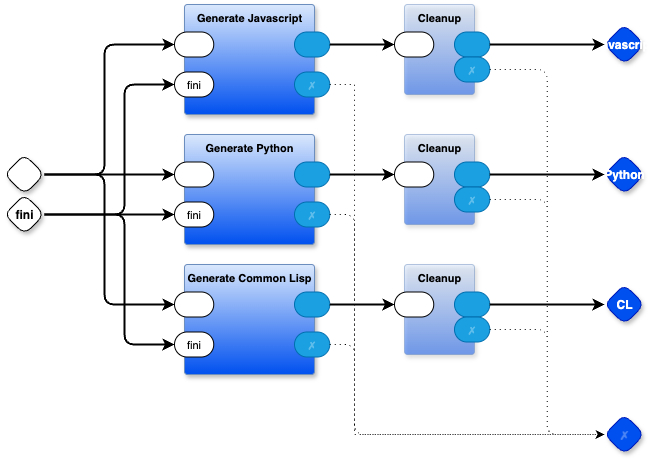
Earlier version of the draw.io export kernel/kernel-Back-End.drawio.png (guitarvydas/pbp). Source tidied: cells renumbered, new cells last; positions are measured from the earlier drawing's top-left corner, leaving out a move shared by most shapes.
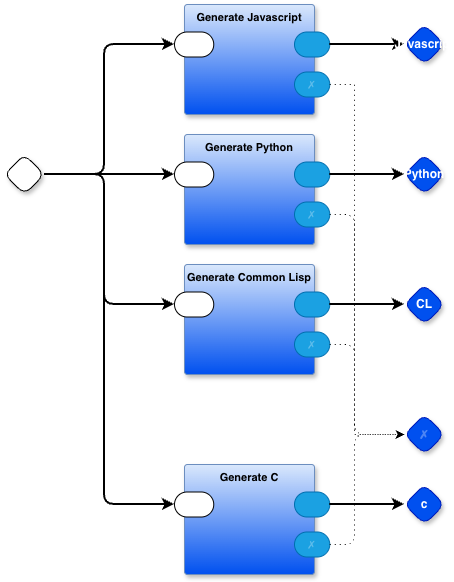
After the commit.

What changed in the source:
```diff
@@ -2,12 +2,6 @@
   <root>
     <mxCell id="0" />
     <mxCell id="1" parent="0" />
-    <mxCell id="2" style="rhombus;whiteSpace=wrap;html=1;rounded=1;fontStyle=1;glass=0;sketch=0;fontSize=12;points=[[0,0.5,0,0,0],[0.5,0,0,0,0],[0.5,1,0,0,0],[1,0.5,0,0,0]];shadow=1;fontFamily=Helvetica;fontColor=default;" parent="1" vertex="1">
-      <mxGeometry y="150" width="40" height="40" as="geometry" />
-    </mxCell>
-    <mxCell id="3" value="fini" style="rhombus;whiteSpace=wrap;html=1;rounded=1;fontStyle=1;glass=0;sketch=0;fontSize=12;points=[[0,0.5,0,0,0],[0.5,0,0,0,0],[0.5,1,0,0,0],[1,0.5,0,0,0]];shadow=1;fontFamily=Helvetica;fontColor=default;" parent="1" vertex="1">
-      <mxGeometry y="190" width="40" height="40" as="geometry" />
-    </mxCell>
     <mxCell id="4" value="Generate Javascript" style="rounded=1;sketch=0;verticalAlign=top;arcSize=6;fontStyle=1;absoluteArcSize=1;shadow=1;strokeColor=#6c8ebf;fillColor=#DAE8FC;fontFamily=Helvetica;fontSize=11;labelBackgroundColor=none;gradientColor=#0050EF;" parent="1" vertex="1">
       <mxGeometry x="180" width="130" height="110" as="geometry" />
     </mxCell>
@@ -20,22 +14,14 @@
     <mxCell id="7" value="✗" style="rounded=1;whiteSpace=wrap;sketch=0;points=[[0,0.5,0,0,0],[1,0.5,0,0,0]];fillColor=#1ba1e2;fontColor=#ffffff;strokeColor=#006EAF;arcSize=50;fontFamily=Helvetica;fontSize=11;textOpacity=30;labelBackgroundColor=none;" parent="4" vertex="1">
       <mxGeometry x="110" y="67.5" width="35.2" height="25" as="geometry" />
     </mxCell>
-    <mxCell id="8" value="fini" style="rounded=1;whiteSpace=wrap;sketch=0;points=[[0,0.5,0,0,0],[1,0.5,0,0,0]];arcSize=50;fontFamily=Helvetica;fontSize=11;fontColor=default;labelBackgroundColor=none;" parent="4" vertex="1">
-      <mxGeometry x="-10" y="67.5" width="39.2" height="25" as="geometry" />
-    </mxCell>
-    <mxCell id="9" style="edgeStyle=orthogonalEdgeStyle;shape=connector;curved=0;rounded=1;jettySize=auto;html=1;exitX=1;exitY=0.5;exitDx=0;exitDy=0;exitPerimeter=0;entryX=0;entryY=0.5;entryDx=0;entryDy=0;entryPerimeter=0;strokeColor=default;strokeWidth=2;align=center;verticalAlign=middle;fontFamily=Helvetica;fontSize=11;fontColor=default;labelBackgroundColor=default;endArrow=classic;" parent="1" edge="1" source="6" target="41">
-      <mxGeometry relative="1" as="geometry">
-        <Array as="points">
-          <mxPoint x="350" y="40" />
-          <mxPoint x="350" y="40" />
-        </Array>
-      </mxGeometry>
+    <mxCell id="9" style="edgeStyle=orthogonalEdgeStyle;shape=connector;curved=0;rounded=1;jettySize=auto;html=1;exitX=1;exitY=0.5;exitDx=0;exitDy=0;exitPerimeter=0;entryX=0;entryY=0.5;entryDx=0;entryDy=0;entryPerimeter=0;strokeColor=default;strokeWidth=2;align=center;verticalAlign=middle;fontFamily=Helvetica;fontSize=11;fontColor=default;labelBackgroundColor=default;endArrow=classic;" parent="1" edge="1" source="6" target="10">
+      <mxGeometry relative="1" as="geometry" />
     </mxCell>
     <mxCell id="10" value="Javascript" style="rhombus;whiteSpace=wrap;html=1;rounded=1;fontStyle=1;glass=0;sketch=0;fontSize=12;points=[[0,0.5,0,0,0],[0.5,0,0,0,0],[0.5,1,0,0,0],[1,0.5,0,0,0]];shadow=1;fillColor=#0050ef;fontColor=#ffffff;strokeColor=#001DBC;fontFamily=Helvetica;" parent="1" vertex="1">
-      <mxGeometry x="600" y="20" width="40" height="40" as="geometry" />
+      <mxGeometry x="400" y="20" width="40" height="40" as="geometry" />
     </mxCell>
     <mxCell id="11" value="✗" style="rhombus;whiteSpace=wrap;html=1;rounded=1;fillColor=#0050ef;fontColor=#ffffff;strokeColor=#001DBC;fontStyle=1;glass=0;sketch=0;fontSize=12;points=[[0,0.5,0,0,0],[0.5,0,0,0,0],[0.5,1,0,0,0],[1,0.5,0,0,0]];shadow=1;textOpacity=30;" parent="1" vertex="1">
-      <mxGeometry x="600" y="410" width="40" height="40" as="geometry" />
+      <mxGeometry x="400" y="410" width="40" height="40" as="geometry" />
     </mxCell>
     <mxCell id="12" style="edgeStyle=orthogonalEdgeStyle;rounded=0;jettySize=auto;html=1;exitX=1;exitY=0.5;exitDx=0;exitDy=0;exitPerimeter=0;entryX=0;entryY=0.5;entryDx=0;entryDy=0;entryPerimeter=0;dashed=1;dashPattern=1 4;" parent="1" edge="1" source="7" target="11">
       <mxGeometry relative="1" as="geometry">
@@ -57,16 +43,8 @@
     <mxCell id="16" value="✗" style="rounded=1;whiteSpace=wrap;sketch=0;points=[[0,0.5,0,0,0],[1,0.5,0,0,0]];fillColor=#1ba1e2;fontColor=#ffffff;strokeColor=#006EAF;arcSize=50;fontFamily=Helvetica;fontSize=11;textOpacity=30;labelBackgroundColor=none;" parent="13" vertex="1">
       <mxGeometry x="110" y="67.5" width="35.2" height="25" as="geometry" />
     </mxCell>
-    <mxCell id="17" value="fini" style="rounded=1;whiteSpace=wrap;sketch=0;points=[[0,0.5,0,0,0],[1,0.5,0,0,0]];arcSize=50;fontFamily=Helvetica;fontSize=11;fontColor=default;labelBackgroundColor=none;" parent="13" vertex="1">
-      <mxGeometry x="-10" y="67.5" width="39.2" height="25" as="geometry" />
-    </mxCell>
-    <mxCell id="18" style="edgeStyle=orthogonalEdgeStyle;rounded=1;jettySize=auto;html=1;exitX=1;exitY=0.5;exitDx=0;exitDy=0;exitPerimeter=0;entryX=0;entryY=0.5;entryDx=0;entryDy=0;entryPerimeter=0;strokeWidth=2;curved=0;" parent="1" edge="1" source="15" target="31">
-      <mxGeometry relative="1" as="geometry">
-        <Array as="points">
-          <mxPoint x="350" y="170" />
-          <mxPoint x="350" y="170" />
-        </Array>
-      </mxGeometry>
+    <mxCell id="18" style="edgeStyle=orthogonalEdgeStyle;rounded=1;jettySize=auto;html=1;exitX=1;exitY=0.5;exitDx=0;exitDy=0;exitPerimeter=0;entryX=0;entryY=0.5;entryDx=0;entryDy=0;entryPerimeter=0;strokeWidth=2;curved=0;" parent="1" edge="1" source="15" target="21">
+      <mxGeometry relative="1" as="geometry" />
     </mxCell>
     <mxCell id="19" style="edgeStyle=orthogonalEdgeStyle;rounded=1;jettySize=auto;html=1;exitX=1;exitY=0.5;exitDx=0;exitDy=0;exitPerimeter=0;entryX=0;entryY=0.5;entryDx=0;entryDy=0;entryPerimeter=0;curved=0;dashed=1;dashPattern=1 4;" parent="1" edge="1" source="16" target="11">
       <mxGeometry relative="1" as="geometry">
@@ -85,7 +63,7 @@
       </mxGeometry>
     </mxCell>
     <mxCell id="21" value="Python" style="rhombus;whiteSpace=wrap;html=1;rounded=1;fontStyle=1;glass=0;sketch=0;fontSize=12;points=[[0,0.5,0,0,0],[0.5,0,0,0,0],[0.5,1,0,0,0],[1,0.5,0,0,0]];shadow=1;fillColor=#0050ef;fontColor=#ffffff;strokeColor=#001DBC;fontFamily=Helvetica;" parent="1" vertex="1">
-      <mxGeometry x="600" y="150" width="40" height="40" as="geometry" />
+      <mxGeometry x="400" y="150" width="40" height="40" as="geometry" />
     </mxCell>
     <mxCell id="22" value="Generate Common Lisp" style="rounded=1;sketch=0;verticalAlign=top;arcSize=6;fontStyle=1;absoluteArcSize=1;shadow=1;strokeColor=#6c8ebf;fillColor=#DAE8FC;fontFamily=Helvetica;fontSize=11;labelBackgroundColor=none;gradientColor=#0050EF;" parent="1" vertex="1">
       <mxGeometry x="180" y="260" width="130" height="110" as="geometry" />
@@ -99,19 +77,11 @@
     <mxCell id="25" value="✗" style="rounded=1;whiteSpace=wrap;sketch=0;points=[[0,0.5,0,0,0],[1,0.5,0,0,0]];fillColor=#1ba1e2;fontColor=#ffffff;strokeColor=#006EAF;arcSize=50;fontFamily=Helvetica;fontSize=11;textOpacity=30;labelBackgroundColor=none;" parent="22" vertex="1">
       <mxGeometry x="110" y="67.5" width="35.2" height="25" as="geometry" />
     </mxCell>
-    <mxCell id="26" value="fini" style="rounded=1;whiteSpace=wrap;sketch=0;points=[[0,0.5,0,0,0],[1,0.5,0,0,0]];arcSize=50;fontFamily=Helvetica;fontSize=11;fontColor=default;labelBackgroundColor=none;" parent="22" vertex="1">
-      <mxGeometry x="-10" y="67.5" width="39.2" height="25" as="geometry" />
-    </mxCell>
-    <mxCell id="27" style="edgeStyle=orthogonalEdgeStyle;rounded=1;jettySize=auto;html=1;exitX=1;exitY=0.5;exitDx=0;exitDy=0;exitPerimeter=0;entryX=0;entryY=0.5;entryDx=0;entryDy=0;entryPerimeter=0;strokeWidth=2;curved=0;" parent="1" edge="1" source="24" target="37">
-      <mxGeometry relative="1" as="geometry">
-        <Array as="points">
-          <mxPoint x="360" y="300" />
-          <mxPoint x="360" y="300" />
-        </Array>
-      </mxGeometry>
+    <mxCell id="27" style="edgeStyle=orthogonalEdgeStyle;rounded=1;jettySize=auto;html=1;exitX=1;exitY=0.5;exitDx=0;exitDy=0;exitPerimeter=0;entryX=0;entryY=0.5;entryDx=0;entryDy=0;entryPerimeter=0;strokeWidth=2;curved=0;" parent="1" edge="1" source="24" target="28">
+      <mxGeometry relative="1" as="geometry" />
     </mxCell>
     <mxCell id="28" value="CL" style="rhombus;whiteSpace=wrap;html=1;rounded=1;fontStyle=1;glass=0;sketch=0;fontSize=12;points=[[0,0.5,0,0,0],[0.5,0,0,0,0],[0.5,1,0,0,0],[1,0.5,0,0,0]];shadow=1;fillColor=#0050ef;fontColor=#ffffff;strokeColor=#001DBC;fontFamily=Helvetica;" parent="1" vertex="1">
-      <mxGeometry x="600" y="280" width="40" height="40" as="geometry" />
+      <mxGeometry x="400" y="280" width="40" height="40" as="geometry" />
     </mxCell>
     <mxCell id="29" style="edgeStyle=orthogonalEdgeStyle;shape=connector;curved=0;rounded=1;jettySize=auto;html=1;exitX=1;exitY=0.5;exitDx=0;exitDy=0;exitPerimeter=0;entryX=0;entryY=0.5;entryDx=0;entryDy=0;entryPerimeter=0;strokeColor=default;strokeWidth=1;align=center;verticalAlign=middle;fontFamily=Helvetica;fontSize=11;fontColor=default;labelBackgroundColor=default;endArrow=classic;dashed=1;dashPattern=1 4;" parent="1" edge="1" source="25" target="11">
       <mxGeometry relative="1" as="geometry">
@@ -121,69 +91,7 @@
         </Array>
       </mxGeometry>
     </mxCell>
-    <mxCell id="30" value="Cleanup" style="rounded=1;sketch=0;verticalAlign=top;arcSize=6;fontStyle=1;absoluteArcSize=1;shadow=1;strokeColor=#6c8ebf;fillColor=#DAE8FC;fontFamily=Helvetica;fontSize=11;labelBackgroundColor=none;gradientColor=#0050EF;opacity=50;" parent="1" vertex="1">
-      <mxGeometry x="400" y="130" width="70" height="90" as="geometry" />
-    </mxCell>
-    <mxCell id="31" style="rounded=1;whiteSpace=wrap;sketch=0;points=[[0,0.5,0,0,0],[1,0.5,0,0,0]];arcSize=50;fontFamily=Helvetica;fontSize=11;fontColor=default;labelBackgroundColor=none;" parent="30" vertex="1">
-      <mxGeometry x="-10" y="27.5" width="39.2" height="25" as="geometry" />
-    </mxCell>
-    <mxCell id="32" style="rounded=1;whiteSpace=wrap;sketch=0;points=[[0,0.5,0,0,0],[1,0.5,0,0,0]];fillColor=#1ba1e2;fontColor=#ffffff;strokeColor=#006EAF;arcSize=50;fontFamily=Helvetica;fontSize=11;labelBackgroundColor=none;" parent="30" vertex="1">
-      <mxGeometry x="50" y="27.5" width="35.2" height="25" as="geometry" />
-    </mxCell>
-    <mxCell id="33" value="✗" style="rounded=1;whiteSpace=wrap;sketch=0;points=[[0,0.5,0,0,0],[1,0.5,0,0,0]];fillColor=#1ba1e2;fontColor=#ffffff;strokeColor=#006EAF;arcSize=50;fontFamily=Helvetica;fontSize=11;textOpacity=30;labelBackgroundColor=none;" parent="30" vertex="1">
-      <mxGeometry x="50" y="52.5" width="35.2" height="25" as="geometry" />
-    </mxCell>
-    <mxCell id="34" style="edgeStyle=orthogonalEdgeStyle;shape=connector;curved=0;rounded=1;jettySize=auto;html=1;exitX=1;exitY=0.5;exitDx=0;exitDy=0;exitPerimeter=0;entryX=0;entryY=0.5;entryDx=0;entryDy=0;entryPerimeter=0;strokeColor=default;strokeWidth=2;align=center;verticalAlign=middle;fontFamily=Helvetica;fontSize=11;fontColor=default;labelBackgroundColor=default;endArrow=classic;" parent="1" edge="1" source="32" target="21">
-      <mxGeometry relative="1" as="geometry" />
-    </mxCell>
-    <mxCell id="35" style="edgeStyle=orthogonalEdgeStyle;shape=connector;curved=0;rounded=1;jettySize=auto;html=1;exitX=1;exitY=0.5;exitDx=0;exitDy=0;exitPerimeter=0;entryX=0;entryY=0.5;entryDx=0;entryDy=0;entryPerimeter=0;strokeColor=default;strokeWidth=1;align=center;verticalAlign=middle;fontFamily=Helvetica;fontSize=11;fontColor=default;labelBackgroundColor=default;endArrow=classic;dashed=1;dashPattern=1 4;" parent="1" edge="1" source="33" target="11">
-      <mxGeometry relative="1" as="geometry" />
-    </mxCell>
-    <mxCell id="36" value="Cleanup" style="rounded=1;sketch=0;verticalAlign=top;arcSize=6;fontStyle=1;absoluteArcSize=1;shadow=1;strokeColor=#6c8ebf;fillColor=#DAE8FC;fontFamily=Helvetica;fontSize=11;labelBackgroundColor=none;gradientColor=#0050EF;opacity=50;" parent="1" vertex="1">
-      <mxGeometry x="400" y="260" width="70" height="90" as="geometry" />
-    </mxCell>
-    <mxCell id="37" style="rounded=1;whiteSpace=wrap;sketch=0;points=[[0,0.5,0,0,0],[1,0.5,0,0,0]];arcSize=50;fontFamily=Helvetica;fontSize=11;fontColor=default;labelBackgroundColor=none;" parent="36" vertex="1">
-      <mxGeometry x="-10" y="27.5" width="39.2" height="25" as="geometry" />
-    </mxCell>
-    <mxCell id="38" style="rounded=1;whiteSpace=wrap;sketch=0;points=[[0,0.5,0,0,0],[1,0.5,0,0,0]];fillColor=#1ba1e2;fontColor=#ffffff;strokeColor=#006EAF;arcSize=50;fontFamily=Helvetica;fontSize=11;labelBackgroundColor=none;" parent="36" vertex="1">
-      <mxGeometry x="50" y="27.5" width="35.2" height="25" as="geometry" />
-    </mxCell>
-    <mxCell id="39" value="✗" style="rounded=1;whiteSpace=wrap;sketch=0;points=[[0,0.5,0,0,0],[1,0.5,0,0,0]];fillColor=#1ba1e2;fontColor=#ffffff;strokeColor=#006EAF;arcSize=50;fontFamily=Helvetica;fontSize=11;textOpacity=30;labelBackgroundColor=none;" parent="36" vertex="1">
-      <mxGeometry x="50" y="52.5" width="35.2" height="25" as="geometry" />
-    </mxCell>
-    <mxCell id="40" value="Cleanup" style="rounded=1;sketch=0;verticalAlign=top;arcSize=6;fontStyle=1;absoluteArcSize=1;shadow=1;strokeColor=#6c8ebf;fillColor=#DAE8FC;fontFamily=Helvetica;fontSize=11;labelBackgroundColor=none;gradientColor=#0050EF;opacity=50;" parent="1" vertex="1">
-      <mxGeometry x="400" width="70" height="90" as="geometry" />
-    </mxCell>
-    <mxCell id="41" style="rounded=1;whiteSpace=wrap;sketch=0;points=[[0,0.5,0,0,0],[1,0.5,0,0,0]];arcSize=50;fontFamily=Helvetica;fontSize=11;fontColor=default;labelBackgroundColor=none;" parent="40" vertex="1">
-      <mxGeometry x="-10" y="27.5" width="39.2" height="25" as="geometry" />
-    </mxCell>
-    <mxCell id="42" style="rounded=1;whiteSpace=wrap;sketch=0;points=[[0,0.5,0,0,0],[1,0.5,0,0,0]];fillColor=#1ba1e2;fontColor=#ffffff;strokeColor=#006EAF;arcSize=50;fontFamily=Helvetica;fontSize=11;labelBackgroundColor=none;" parent="40" vertex="1">
-      <mxGeometry x="50" y="27.5" width="35.2" height="25" as="geometry" />
-    </mxCell>
-    <mxCell id="43" value="✗" style="rounded=1;whiteSpace=wrap;sketch=0;points=[[0,0.5,0,0,0],[1,0.5,0,0,0]];fillColor=#1ba1e2;fontColor=#ffffff;strokeColor=#006EAF;arcSize=50;fontFamily=Helvetica;fontSize=11;textOpacity=30;labelBackgroundColor=none;" parent="40" vertex="1">
-      <mxGeometry x="50" y="52.5" width="35.2" height="25" as="geometry" />
-    </mxCell>
-    <mxCell id="44" style="edgeStyle=orthogonalEdgeStyle;shape=connector;curved=0;rounded=1;jettySize=auto;html=1;exitX=1;exitY=0.5;exitDx=0;exitDy=0;exitPerimeter=0;entryX=0;entryY=0.5;entryDx=0;entryDy=0;entryPerimeter=0;strokeColor=default;strokeWidth=2;align=center;verticalAlign=middle;fontFamily=Helvetica;fontSize=11;fontColor=default;labelBackgroundColor=default;endArrow=classic;" parent="1" edge="1" source="42" target="10">
-      <mxGeometry relative="1" as="geometry" />
-    </mxCell>
-    <mxCell id="45" style="edgeStyle=orthogonalEdgeStyle;shape=connector;curved=0;rounded=1;jettySize=auto;html=1;exitX=1;exitY=0.5;exitDx=0;exitDy=0;exitPerimeter=0;entryX=0;entryY=0.5;entryDx=0;entryDy=0;entryPerimeter=0;strokeColor=default;strokeWidth=1;align=center;verticalAlign=middle;fontFamily=Helvetica;fontSize=11;fontColor=default;labelBackgroundColor=default;endArrow=classic;dashed=1;dashPattern=1 4;" parent="1" edge="1" source="43" target="11">
-      <mxGeometry relative="1" as="geometry" />
-    </mxCell>
-    <mxCell id="46" style="edgeStyle=orthogonalEdgeStyle;shape=connector;curved=0;rounded=1;jettySize=auto;html=1;exitX=1;exitY=0.5;exitDx=0;exitDy=0;exitPerimeter=0;entryX=0;entryY=0.5;entryDx=0;entryDy=0;entryPerimeter=0;strokeColor=default;strokeWidth=2;align=center;verticalAlign=middle;fontFamily=Helvetica;fontSize=11;fontColor=default;labelBackgroundColor=default;endArrow=classic;" parent="1" edge="1" source="38" target="28">
-      <mxGeometry relative="1" as="geometry" />
-    </mxCell>
-    <mxCell id="47" style="edgeStyle=orthogonalEdgeStyle;shape=connector;curved=0;rounded=1;jettySize=auto;html=1;exitX=1;exitY=0.5;exitDx=0;exitDy=0;exitPerimeter=0;entryX=0;entryY=0.5;entryDx=0;entryDy=0;entryPerimeter=0;dashed=1;dashPattern=1 4;strokeColor=default;strokeWidth=1;align=center;verticalAlign=middle;fontFamily=Helvetica;fontSize=11;fontColor=default;labelBackgroundColor=default;endArrow=classic;" parent="1" edge="1" source="39" target="11">
-      <mxGeometry relative="1" as="geometry" />
-    </mxCell>
-    <mxCell id="48" style="edgeStyle=orthogonalEdgeStyle;shape=connector;curved=0;rounded=1;jettySize=auto;html=1;exitX=1;exitY=0.5;exitDx=0;exitDy=0;exitPerimeter=0;entryX=0;entryY=0.5;entryDx=0;entryDy=0;entryPerimeter=0;strokeColor=default;strokeWidth=2;align=center;verticalAlign=middle;fontFamily=Helvetica;fontSize=11;fontColor=default;labelBackgroundColor=default;endArrow=classic;" parent="1" edge="1" source="3" target="26">
-      <mxGeometry relative="1" as="geometry">
-        <Array as="points">
-          <mxPoint x="120" y="210" />
-          <mxPoint x="120" y="340" />
-        </Array>
-      </mxGeometry>
-    </mxCell>
-    <mxCell id="49" style="edgeStyle=orthogonalEdgeStyle;shape=connector;curved=0;rounded=1;jettySize=auto;html=1;exitX=1;exitY=0.5;exitDx=0;exitDy=0;exitPerimeter=0;entryX=0;entryY=0.5;entryDx=0;entryDy=0;entryPerimeter=0;strokeColor=default;strokeWidth=2;align=center;verticalAlign=middle;fontFamily=Helvetica;fontSize=11;fontColor=default;labelBackgroundColor=default;endArrow=classic;" parent="1" edge="1" source="2" target="5">
+    <mxCell id="49" style="edgeStyle=orthogonalEdgeStyle;shape=connector;curved=0;rounded=1;jettySize=auto;html=1;entryX=0;entryY=0.5;entryDx=0;entryDy=0;entryPerimeter=0;strokeColor=default;strokeWidth=2;align=center;verticalAlign=middle;fontFamily=Helvetica;fontSize=11;fontColor=default;labelBackgroundColor=default;endArrow=classic;exitX=1;exitY=0.5;exitDx=0;exitDy=0;exitPerimeter=0;" parent="1" edge="1" source="2" target="5">
       <mxGeometry relative="1" as="geometry">
         <Array as="points">
           <mxPoint x="100" y="170" />
@@ -191,19 +99,45 @@
         </Array>
       </mxGeometry>
     </mxCell>
+    <mxCell id="2" style="rhombus;whiteSpace=wrap;html=1;rounded=1;fontStyle=1;glass=0;sketch=0;fontSize=12;points=[[0,0.5,0,0,0],[0.5,0,0,0,0],[0.5,1,0,0,0],[1,0.5,0,0,0]];shadow=1;fontFamily=Helvetica;fontColor=default;" parent="1" vertex="1">
+      <mxGeometry y="150" width="40" height="40" as="geometry" />
+    </mxCell>
-    <mxCell id="50" style="edgeStyle=orthogonalEdgeStyle;shape=connector;curved=0;rounded=1;jettySize=auto;html=1;exitX=1;exitY=0.5;exitDx=0;exitDy=0;exitPerimeter=0;entryX=0;entryY=0.5;entryDx=0;entryDy=0;entryPerimeter=0;strokeColor=default;strokeWidth=2;align=center;verticalAlign=middle;fontFamily=Helvetica;fontSize=11;fontColor=default;labelBackgroundColor=default;endArrow=classic;" parent="1" edge="1" source="2" target="14">
+    <mxCell id="50" style="edgeStyle=orthogonalEdgeStyle;rounded=1;jettySize=auto;html=1;exitX=1;exitY=0.5;exitDx=0;exitDy=0;exitPerimeter=0;entryX=0;entryY=0.5;entryDx=0;entryDy=0;entryPerimeter=0;strokeWidth=2;curved=0;" parent="1" edge="1" source="2" target="14">
       <mxGeometry relative="1" as="geometry" />
     </mxCell>
-    <mxCell id="51" style="edgeStyle=orthogonalEdgeStyle;shape=connector;curved=0;rounded=1;jettySize=auto;html=1;exitX=1;exitY=0.5;exitDx=0;exitDy=0;exitPerimeter=0;entryX=0;entryY=0.5;entryDx=0;entryDy=0;entryPerimeter=0;strokeColor=default;strokeWidth=2;align=center;verticalAlign=middle;fontFamily=Helvetica;fontSize=11;fontColor=default;labelBackgroundColor=default;endArrow=classic;" parent="1" edge="1" source="3" target="17">
-      <mxGeometry relative="1" as="geometry" />
-    </mxCell>
-    <mxCell id="52" style="edgeStyle=orthogonalEdgeStyle;shape=connector;curved=0;rounded=1;jettySize=auto;html=1;exitX=1;exitY=0.5;exitDx=0;exitDy=0;exitPerimeter=0;entryX=0;entryY=0.5;entryDx=0;entryDy=0;entryPerimeter=0;strokeColor=default;strokeWidth=2;align=center;verticalAlign=middle;fontFamily=Helvetica;fontSize=11;fontColor=default;labelBackgroundColor=default;endArrow=classic;" parent="1" edge="1" source="3" target="8">
-      <mxGeometry relative="1" as="geometry">
-        <Array as="points">
-          <mxPoint x="120" y="210" />
-          <mxPoint x="120" y="80" />
-        </Array>
-      </mxGeometry>
-    </mxCell>
+    <mxCell id="53" value="Generate C" style="rounded=1;sketch=0;verticalAlign=top;arcSize=6;fontStyle=1;absoluteArcSize=1;shadow=1;strokeColor=#6c8ebf;fillColor=#DAE8FC;fontFamily=Helvetica;fontSize=11;labelBackgroundColor=none;gradientColor=#0050EF;" parent="1" vertex="1">
+      <mxGeometry x="180" y="460" width="130" height="110" as="geometry" />
+    </mxCell>
+    <mxCell id="54" style="rounded=1;whiteSpace=wrap;sketch=0;points=[[0,0.5,0,0,0],[1,0.5,0,0,0]];arcSize=50;fontFamily=Helvetica;fontSize=11;fontColor=default;labelBackgroundColor=none;" parent="53" vertex="1">
+      <mxGeometry x="-10" y="27.5" width="39.2" height="25" as="geometry" />
+    </mxCell>
+    <mxCell id="55" style="rounded=1;whiteSpace=wrap;sketch=0;points=[[0,0.5,0,0,0],[1,0.5,0,0,0]];fillColor=#1ba1e2;fontColor=#ffffff;strokeColor=#006EAF;arcSize=50;fontFamily=Helvetica;fontSize=11;labelBackgroundColor=none;" parent="53" vertex="1">
+      <mxGeometry x="110" y="27.5" width="35.2" height="25" as="geometry" />
+    </mxCell>
+    <mxCell id="56" value="✗" style="rounded=1;whiteSpace=wrap;sketch=0;points=[[0,0.5,0,0,0],[1,0.5,0,0,0]];fillColor=#1ba1e2;fontColor=#ffffff;strokeColor=#006EAF;arcSize=50;fontFamily=Helvetica;fontSize=11;textOpacity=30;labelBackgroundColor=none;" parent="53" vertex="1">
+      <mxGeometry x="110" y="67.5" width="35.2" height="25" as="geometry" />
+    </mxCell>
+    <mxCell id="57" style="edgeStyle=orthogonalEdgeStyle;rounded=1;jettySize=auto;html=1;exitX=1;exitY=0.5;exitDx=0;exitDy=0;exitPerimeter=0;entryX=0;entryY=0.5;entryDx=0;entryDy=0;entryPerimeter=0;strokeWidth=2;curved=0;" parent="1" edge="1" source="55" target="58">
+      <mxGeometry relative="1" as="geometry" />
+    </mxCell>
+    <mxCell id="58" value="c" style="rhombus;whiteSpace=wrap;html=1;rounded=1;fontStyle=1;glass=0;sketch=0;fontSize=12;points=[[0,0.5,0,0,0],[0.5,0,0,0,0],[0.5,1,0,0,0],[1,0.5,0,0,0]];shadow=1;fillColor=#0050ef;fontColor=#ffffff;strokeColor=#001DBC;fontFamily=Helvetica;" parent="1" vertex="1">
+      <mxGeometry x="400" y="480" width="40" height="40" as="geometry" />
+    </mxCell>
+    <mxCell id="59" style="edgeStyle=orthogonalEdgeStyle;rounded=1;jettySize=auto;html=1;exitX=1;exitY=0.5;exitDx=0;exitDy=0;exitPerimeter=0;entryX=0;entryY=0.5;entryDx=0;entryDy=0;entryPerimeter=0;strokeWidth=2;curved=0;" parent="1" edge="1" source="2" target="54">
+      <mxGeometry relative="1" as="geometry">
+        <Array as="points">
+          <mxPoint x="100" y="170" />
+          <mxPoint x="100" y="500" />
+        </Array>
+      </mxGeometry>
+    </mxCell>
+    <mxCell id="60" style="edgeStyle=orthogonalEdgeStyle;shape=connector;curved=0;rounded=1;jettySize=auto;html=1;exitX=1;exitY=0.5;exitDx=0;exitDy=0;exitPerimeter=0;entryX=0;entryY=0.5;entryDx=0;entryDy=0;entryPerimeter=0;dashed=1;dashPattern=1 4;strokeColor=default;strokeWidth=1;align=center;verticalAlign=middle;fontFamily=Helvetica;fontSize=11;fontColor=default;labelBackgroundColor=default;endArrow=classic;" parent="1" edge="1" source="56" target="11">
+      <mxGeometry relative="1" as="geometry">
+        <Array as="points">
+          <mxPoint x="350" y="540" />
+          <mxPoint x="350" y="430" />
+        </Array>
+      </mxGeometry>
+    </mxCell>
   </root>
 </mxGraphModel>
```
